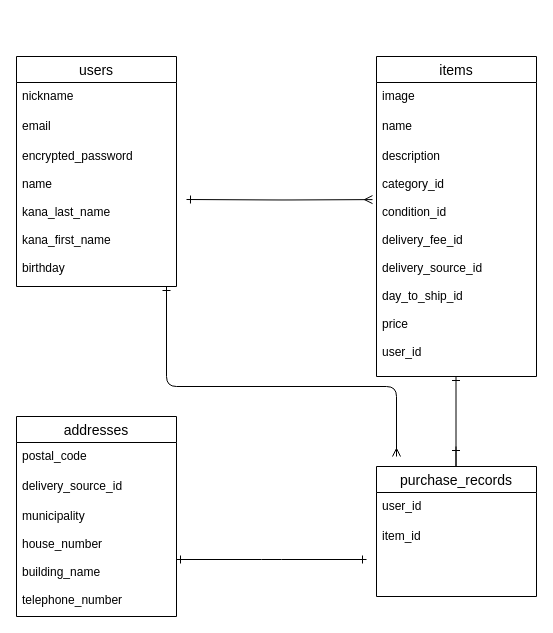
yuuki-gotou/furima-32902 keeps this draw.io diagram as test.dio. Above is the earlier version. Source tidied: cells renumbered, new cells numbered last; positions are measured from the earlier drawing's top-left corner, leaving out a move shared by most shapes. Both pictures are drawn from the tidied source at 100%, with x=0, y=0 at pixel (16, 56).
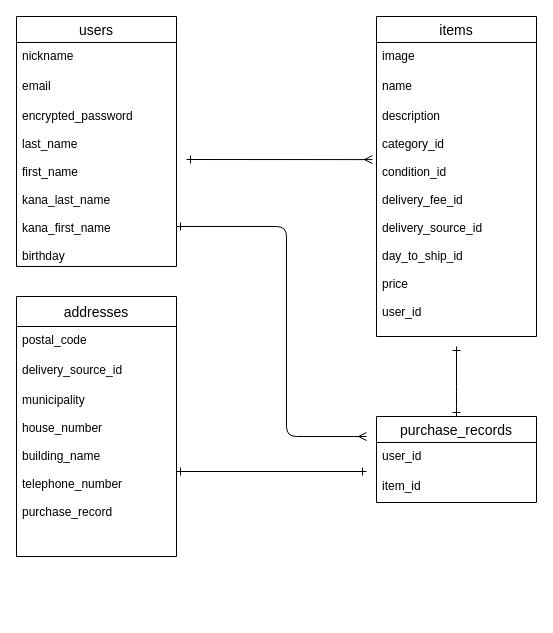
After the change.

Commit message (it also covers changes not shown here):
データベース設計　訂正２回目

The change refers to these unchanged cells:
```xml
<mxCell id="9" value="description&#10;&#10;category_id&#10;&#10;condition_id&#10;&#10;delivery_fee_id&#10;&#10;delivery_source_id&#10;&#10;day_to_ship_id&#10;&#10;price&#10;&#10;user_id" style="text;strokeColor=none;fillColor=none;spacingLeft=4;spacingRight=4;overflow=hidden;points=[[0,0.5],[1,0.5]];portConstraint=eastwest;fontSize=12;" parent="6" vertex="1">
  <mxGeometry y="86" width="160" height="234" as="geometry" />
</mxCell>
```

The edit, as a diff of the source:
```diff
@@
     <mxCell id="2" value="users" style="swimlane;fontStyle=0;horizontal=1;startSize=26;align=center;fontSize=14;" parent="1" vertex="1">
-      <mxGeometry width="160" height="230" as="geometry" />
+      <mxGeometry y="-40" width="160" height="250" as="geometry" />
     </mxCell>
@@
-    <mxCell id="5" value="encrypted_password&#10;&#10;name&#10;&#10;kana_last_name&#10;&#10;kana_first_name&#10;&#10;birthday" style="text;strokeColor=none;fillColor=none;spacingLeft=4;spacingRight=4;overflow=hidden;points=[[0,0.5],[1,0.5]];portConstraint=eastwest;fontSize=12;" parent="2" vertex="1">
-      <mxGeometry y="86" width="160" height="144" as="geometry" />
+    <mxCell id="5" value="encrypted_password&#10;&#10;last_name&#10;&#10;first_name&#10;&#10;kana_last_name&#10;&#10;kana_first_name&#10;&#10;birthday" style="text;strokeColor=none;fillColor=none;spacingLeft=4;spacingRight=4;overflow=hidden;points=[[0,0.5],[1,0.5]];portConstraint=eastwest;fontSize=12;" parent="2" vertex="1">
+      <mxGeometry y="86" width="160" height="164" as="geometry" />
     </mxCell>
     <mxCell id="6" value="items" style="swimlane;fontStyle=0;horizontal=1;startSize=26;align=center;fontSize=14;" parent="1" vertex="1">
-      <mxGeometry x="360" width="160" height="320" as="geometry" />
+      <mxGeometry x="360" y="-40" width="160" height="320" as="geometry" />
     </mxCell>
@@
-    <mxCell id="10" style="edgeStyle=orthogonalEdgeStyle;curved=0;rounded=1;sketch=0;orthogonalLoop=1;jettySize=auto;html=1;startArrow=ERone;startFill=0;endArrow=ERone;endFill=0;" parent="1" edge="1">
+    <mxCell id="10" style="edgeStyle=orthogonalEdgeStyle;curved=0;rounded=1;sketch=0;jettySize=auto;html=1;startArrow=ERone;startFill=0;endArrow=ERone;endFill=0;exitX=0.5;exitY=0;exitDx=0;exitDy=0;" parent="1" edge="1" source="11">
       <mxGeometry relative="1" as="geometry">
-        <mxPoint x="439.5" y="390" as="sourcePoint" />
-        <mxPoint x="439.5" y="320" as="targetPoint" />
+        <mxPoint x="440" y="290" as="targetPoint" />
         <Array as="points">
-          <mxPoint x="439.5" y="420" />
-          <mxPoint x="439.5" y="420" />
+          <mxPoint x="440" y="340" />
+          <mxPoint x="440" y="340" />
         </Array>
       </mxGeometry>
     </mxCell>
     <mxCell id="11" value="purchase_records" style="swimlane;fontStyle=0;horizontal=1;startSize=26;align=center;fontSize=14;" parent="1" vertex="1">
-      <mxGeometry x="360" y="410" width="160" height="130" as="geometry" />
+      <mxGeometry x="360" y="360" width="160" height="86" as="geometry" />
     </mxCell>
@@
     <mxCell id="13" value="item_id" style="text;strokeColor=none;fillColor=none;spacingLeft=4;spacingRight=4;overflow=hidden;fontSize=12;" parent="11" vertex="1">
-      <mxGeometry y="56" width="160" height="74" as="geometry" />
+      <mxGeometry y="56" width="160" height="30" as="geometry" />
     </mxCell>
-    <mxCell id="14" style="edgeStyle=orthogonalEdgeStyle;curved=0;rounded=1;sketch=0;orthogonalLoop=1;jettySize=auto;html=1;startArrow=ERmany;startFill=0;endArrow=ERone;endFill=0;" parent="1" edge="1">
+    <mxCell id="14" style="edgeStyle=orthogonalEdgeStyle;curved=0;rounded=1;sketch=0;jettySize=auto;html=1;startArrow=ERmany;startFill=0;endArrow=ERone;endFill=0;" parent="1" edge="1" target="5">
       <mxGeometry relative="1" as="geometry">
-        <mxPoint x="380" y="400" as="sourcePoint" />
-        <mxPoint x="150" y="230" as="targetPoint" />
+        <mxPoint x="350" y="380" as="sourcePoint" />
         <Array as="points">
-          <mxPoint x="380" y="330" />
-          <mxPoint x="150" y="330" />
+          <mxPoint x="270" y="380" />
+          <mxPoint x="270" y="170" />
         </Array>
       </mxGeometry>
     </mxCell>
-    <mxCell id="15" value="addresses" style="swimlane;fontStyle=0;horizontal=1;startSize=26;align=center;fontSize=14;" parent="1" vertex="1">
-      <mxGeometry y="360" width="160" height="200" as="geometry" />
+    <mxCell id="15" value="addresses" style="swimlane;fontStyle=0;horizontal=1;startSize=30;align=center;fontSize=14;" parent="1" vertex="1">
+      <mxGeometry y="240" width="160" height="260" as="geometry" />
     </mxCell>
     <mxCell id="16" value="postal_code" style="text;strokeColor=none;fillColor=none;spacingLeft=4;spacingRight=4;overflow=hidden;fontSize=12;" parent="15" vertex="1">
-      <mxGeometry y="26" width="160" height="30" as="geometry" />
+      <mxGeometry y="30" width="160" height="30" as="geometry" />
     </mxCell>
     <mxCell id="17" value="delivery_source_id" style="text;strokeColor=none;fillColor=none;spacingLeft=4;spacingRight=4;overflow=hidden;fontSize=12;" parent="15" vertex="1">
-      <mxGeometry y="56" width="160" height="30" as="geometry" />
+      <mxGeometry y="60" width="160" height="30" as="geometry" />
     </mxCell>
-    <mxCell id="18" value="municipality&#10;&#10;house_number&#10;&#10;building_name&#10;&#10;telephone_number" style="text;strokeColor=none;fillColor=none;spacingLeft=4;spacingRight=4;overflow=hidden;points=[[0,0.5],[1,0.5]];portConstraint=eastwest;fontSize=12;" parent="15" vertex="1">
-      <mxGeometry y="86" width="160" height="114" as="geometry" />
+    <mxCell id="18" value="municipality&#10;&#10;house_number&#10;&#10;building_name&#10;&#10;telephone_number&#10;&#10;purchase_record" style="text;strokeColor=none;fillColor=none;spacingLeft=4;spacingRight=4;overflow=hidden;points=[[0,0.5],[1,0.5]];portConstraint=eastwest;fontSize=12;" parent="15" vertex="1">
+      <mxGeometry y="90" width="160" height="170" as="geometry" />
     </mxCell>
@@
     <mxCell id="20" style="edgeStyle=orthogonalEdgeStyle;curved=0;rounded=1;sketch=0;jettySize=auto;html=1;entryX=-0.025;entryY=0.244;entryDx=0;entryDy=0;entryPerimeter=0;startArrow=ERone;startFill=0;endArrow=ERmany;endFill=0;" parent="1" edge="1" target="9">
       <mxGeometry relative="1" as="geometry">
-        <mxPoint x="170" y="143" as="sourcePoint" />
+        <mxPoint x="170" y="103" as="sourcePoint" />
+        <Array as="points">
+          <mxPoint x="170" y="103" />
+        </Array>
       </mxGeometry>
     </mxCell>
     <mxCell id="21" style="edgeStyle=orthogonalEdgeStyle;curved=0;rounded=1;sketch=0;jettySize=auto;html=1;exitX=1;exitY=0.5;exitDx=0;exitDy=0;startArrow=ERone;startFill=0;endArrow=ERone;endFill=0;" parent="1" edge="1" source="18">
       <mxGeometry relative="1" as="geometry">
-        <mxPoint x="350" y="503" as="targetPoint" />
+        <mxPoint x="350" y="415" as="targetPoint" />
+        <Array as="points">
+          <mxPoint x="350" y="415" />
+        </Array>
       </mxGeometry>
     </mxCell>
```
